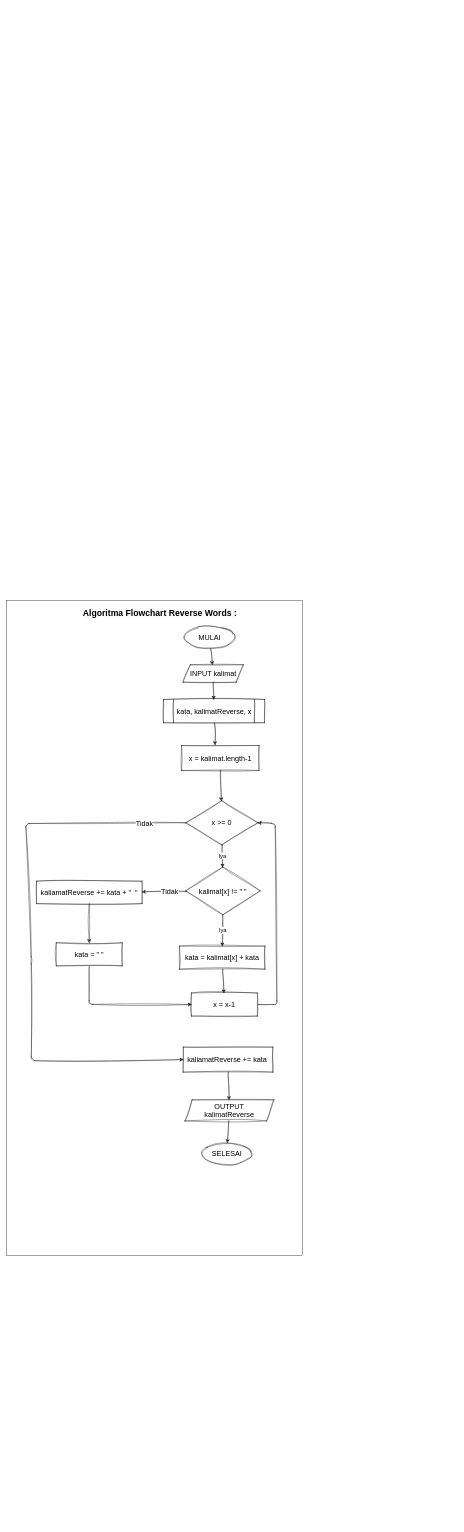
Earlier version of the draw.io diagram page "reverse words" (2 of 2) of 6-palindrom-reverse-word.drawio (xel26/fwg17-computer-science). Source tidied: cells renumbered, new cells numbered last; positions are measured from the earlier drawing's top-left corner, leaving out a move shared by most shapes. Both pictures are drawn from the tidied source at 36%, with x=0, y=0 at pixel (6, 600).
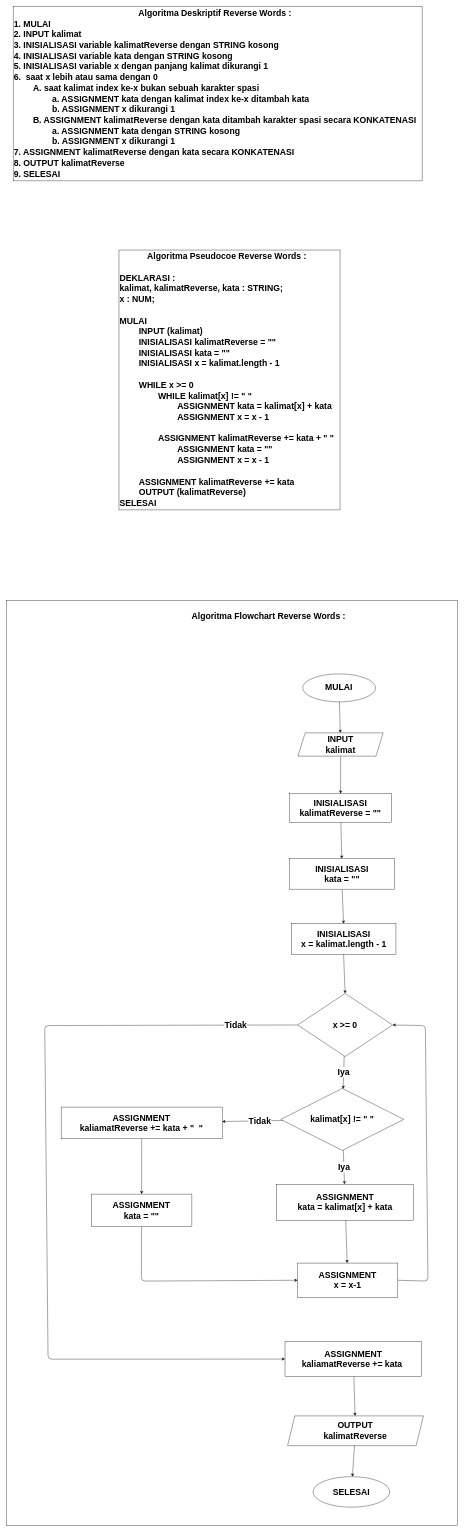
Above is the later version.

Diff of the diagram source:
```diff
@@
-    <mxCell id="2" style="group;strokeColor=default;" parent="1" vertex="1">
-      <mxGeometry width="822" height="1819" as="geometry" />
+    <mxCell id="2" style="group;strokeColor=default;fontStyle=1;fontSize=24;rounded=0;glass=0;shadow=0;strokeWidth=1;" parent="1" vertex="1">
+      <mxGeometry width="1254" height="2569" as="geometry" />
     </mxCell>
-    <mxCell id="3" value="&lt;font face=&quot;Helvetica&quot;&gt;MULAI&lt;/font&gt;" style="ellipse;whiteSpace=wrap;html=1;sketch=1;hachureGap=4;jiggle=2;curveFitting=1;fontFamily=Architects Daughter;fontSize=20;" parent="2" vertex="1">
-      <mxGeometry x="494.7" y="70.9" width="140" height="62.4" as="geometry" />
+    <mxCell id="3" value="&lt;font face=&quot;Helvetica&quot; style=&quot;font-size: 24px;&quot;&gt;MULAI&lt;/font&gt;" style="ellipse;whiteSpace=wrap;html=1;hachureGap=4;fontFamily=Architects Daughter;fontSize=24;fontStyle=1;" parent="2" vertex="1">
+      <mxGeometry x="823.3" y="203.4" width="202.4" height="77.8" as="geometry" />
     </mxCell>
-    <mxCell id="4" value="&lt;b style=&quot;border-color: var(--border-color); color: rgb(0, 0, 0); font-family: Helvetica; font-size: 24px; font-style: normal; font-variant-ligatures: normal; font-variant-caps: normal; letter-spacing: normal; orphans: 2; text-align: left; text-indent: 0px; text-transform: none; widows: 2; word-spacing: 0px; -webkit-text-stroke-width: 0px; background-color: rgb(251, 251, 251); text-decoration-thickness: initial; text-decoration-style: initial; text-decoration-color: initial;&quot;&gt;Algoritma Flowchart Reverse Words :&lt;br style=&quot;border-color: var(--border-color);&quot;&gt;&lt;/b&gt;" style="text;whiteSpace=wrap;html=1;fontSize=20;fontFamily=Architects Daughter;" parent="2" vertex="1">
-      <mxGeometry x="211" y="14" width="476.6" height="32.4" as="geometry" />
+    <mxCell id="4" value="&lt;span style=&quot;border-color: var(--border-color); color: rgb(0, 0, 0); font-family: Helvetica; font-size: 24px; font-style: normal; font-variant-ligatures: normal; font-variant-caps: normal; letter-spacing: normal; orphans: 2; text-align: left; text-indent: 0px; text-transform: none; widows: 2; word-spacing: 0px; -webkit-text-stroke-width: 0px; background-color: rgb(251, 251, 251); text-decoration-thickness: initial; text-decoration-style: initial; text-decoration-color: initial;&quot;&gt;Algoritma Flowchart Reverse Words :&lt;br style=&quot;border-color: var(--border-color); font-size: 24px;&quot;&gt;&lt;/span&gt;" style="text;whiteSpace=wrap;html=1;fontSize=24;fontFamily=Architects Daughter;fontStyle=1;" parent="2" vertex="1">
+      <mxGeometry x="512.7" y="22.2" width="510.8" height="45.7" as="geometry" />
     </mxCell>
+    <mxCell id="33" style="edgeStyle=none;hachureGap=4;html=1;fontFamily=Architects Daughter;fontSize=24;" parent="2" edge="1" source="5" target="10">
+      <mxGeometry relative="1" as="geometry" />
+    </mxCell>
-    <mxCell id="5" value="INPUT kalimat" style="shape=parallelogram;perimeter=parallelogramPerimeter;whiteSpace=wrap;html=1;fixedSize=1;sketch=1;hachureGap=4;jiggle=2;curveFitting=1;fontFamily=Helvetica;fontSize=20;" parent="2" vertex="1">
-      <mxGeometry x="491.2" y="178" width="167.5" height="48.6" as="geometry" />
+    <mxCell id="5" value="INPUT&lt;br&gt;kalimat" style="shape=parallelogram;perimeter=parallelogramPerimeter;whiteSpace=wrap;html=1;fixedSize=1;hachureGap=4;fontFamily=Helvetica;fontSize=24;fontStyle=1;" parent="2" vertex="1">
+      <mxGeometry x="810.1" y="367.2" width="236.8" height="64.7" as="geometry" />
     </mxCell>
-    <mxCell id="6" style="edgeStyle=none;sketch=1;hachureGap=4;jiggle=2;curveFitting=1;html=1;fontFamily=Helvetica;fontSize=16;" parent="2" edge="1" source="3" target="5">
+    <mxCell id="6" style="edgeStyle=none;hachureGap=4;html=1;fontFamily=Helvetica;fontSize=24;fontStyle=1;" parent="2" edge="1" source="3" target="5">
       <mxGeometry relative="1" as="geometry" />
     </mxCell>
-    <mxCell id="7" value="kata, kalimatReverse, x" style="shape=process;whiteSpace=wrap;html=1;backgroundOutline=1;sketch=1;hachureGap=4;jiggle=2;curveFitting=1;fontFamily=Helvetica;fontSize=20;" parent="2" vertex="1">
-      <mxGeometry x="436.6" y="274.4" width="280.5" height="64.7" as="geometry" />
-    </mxCell>
-    <mxCell id="8" style="edgeStyle=none;sketch=1;hachureGap=4;jiggle=2;curveFitting=1;html=1;fontFamily=Helvetica;fontSize=16;" parent="2" edge="1" source="5" target="7">
-      <mxGeometry relative="1" as="geometry" />
-    </mxCell>
-    <mxCell id="9" style="edgeStyle=none;sketch=1;hachureGap=4;jiggle=2;curveFitting=1;html=1;fontFamily=Helvetica;fontSize=16;entryX=0.433;entryY=-0.023;entryDx=0;entryDy=0;entryPerimeter=0;" parent="2" edge="1" source="7" target="10">
-      <mxGeometry relative="1" as="geometry" />
-    </mxCell>
+    <mxCell id="34" style="edgeStyle=none;hachureGap=4;html=1;fontFamily=Architects Daughter;fontSize=24;" parent="2" edge="1" source="10" target="36">
+      <mxGeometry relative="1" as="geometry" />
+    </mxCell>
-    <mxCell id="10" value="x = kalimat.length-1" style="rounded=0;whiteSpace=wrap;html=1;sketch=1;hachureGap=4;jiggle=2;curveFitting=1;fontFamily=Helvetica;fontSize=20;" parent="2" vertex="1">
-      <mxGeometry x="486.7" y="402.3" width="215.4" height="69.4" as="geometry" />
+    <mxCell id="10" value="INISIALISASI&lt;br&gt;kalimatReverse = &quot;&quot;" style="rounded=0;whiteSpace=wrap;html=1;hachureGap=4;fontFamily=Helvetica;fontSize=24;fontStyle=1;" parent="2" vertex="1">
+      <mxGeometry x="787.4" y="535.9" width="282.3" height="80.6" as="geometry" />
     </mxCell>
-    <mxCell id="11" value="x &amp;gt;= 0" style="rhombus;whiteSpace=wrap;html=1;sketch=1;hachureGap=4;jiggle=2;curveFitting=1;fontFamily=Helvetica;fontSize=20;" parent="2" vertex="1">
-      <mxGeometry x="498.3" y="555.7" width="200.8" height="122.6" as="geometry" />
+    <mxCell id="11" value="x &amp;gt;= 0" style="rhombus;whiteSpace=wrap;html=1;hachureGap=4;fontFamily=Helvetica;fontSize=24;fontStyle=1;" parent="2" vertex="1">
+      <mxGeometry x="809.2" y="1091.1" width="263.9" height="175.1" as="geometry" />
     </mxCell>
-    <mxCell id="12" style="edgeStyle=none;sketch=1;hachureGap=4;jiggle=2;curveFitting=1;html=1;fontFamily=Helvetica;fontSize=16;" parent="2" edge="1" source="10" target="11">
-      <mxGeometry relative="1" as="geometry" />
-    </mxCell>
-    <mxCell id="13" value="kata = kalimat[x] + kata" style="rounded=0;whiteSpace=wrap;html=1;sketch=1;hachureGap=4;jiggle=2;curveFitting=1;fontFamily=Helvetica;fontSize=20;" parent="2" vertex="1">
-      <mxGeometry x="481" y="959.6" width="237.4" height="64" as="geometry" />
+    <mxCell id="13" value="ASSIGNMENT&lt;br&gt;kata = kalimat[x] + kata" style="rounded=0;whiteSpace=wrap;html=1;hachureGap=4;fontFamily=Helvetica;fontSize=24;fontStyle=1;" parent="2" vertex="1">
+      <mxGeometry x="751.4" y="1620.9" width="379.5" height="100.6" as="geometry" />
     </mxCell>
-    <mxCell id="14" value="Iya" style="edgeStyle=none;sketch=1;hachureGap=4;jiggle=2;curveFitting=1;html=1;fontFamily=Helvetica;fontSize=16;" parent="2" edge="1" source="15" target="13">
+    <mxCell id="14" value="Iya" style="edgeStyle=none;hachureGap=4;html=1;fontFamily=Helvetica;fontSize=24;fontStyle=1;" parent="2" edge="1" source="15" target="13">
       <mxGeometry relative="1" as="geometry" />
     </mxCell>
-    <mxCell id="15" value="kalimat[x] != &quot; &quot;" style="rhombus;whiteSpace=wrap;html=1;sketch=1;hachureGap=4;jiggle=2;curveFitting=1;fontFamily=Helvetica;fontSize=20;" parent="2" vertex="1">
-      <mxGeometry x="498.3" y="739.9" width="206.9" height="132.6" as="geometry" />
+    <mxCell id="15" value="kalimat[x] != &quot; &quot;" style="rhombus;whiteSpace=wrap;html=1;hachureGap=4;fontFamily=Helvetica;fontSize=24;fontStyle=1;" parent="2" vertex="1">
+      <mxGeometry x="762.3" y="1354.8" width="341.9" height="172.4" as="geometry" />
     </mxCell>
-    <mxCell id="16" value="Iya" style="edgeStyle=none;sketch=1;hachureGap=4;jiggle=2;curveFitting=1;html=1;fontFamily=Helvetica;fontSize=16;" parent="2" edge="1" source="11" target="15">
+    <mxCell id="16" value="Iya" style="edgeStyle=none;hachureGap=4;html=1;fontFamily=Helvetica;fontSize=24;fontStyle=1;" parent="2" edge="1" source="11" target="15">
       <mxGeometry relative="1" as="geometry" />
     </mxCell>
-    <mxCell id="17" style="edgeStyle=none;sketch=1;hachureGap=4;jiggle=2;curveFitting=1;html=1;entryX=1;entryY=0.5;entryDx=0;entryDy=0;fontFamily=Helvetica;fontSize=16;exitX=1;exitY=0.5;exitDx=0;exitDy=0;" parent="2" edge="1" source="18" target="11">
+    <mxCell id="17" style="edgeStyle=none;hachureGap=4;html=1;entryX=1;entryY=0.5;entryDx=0;entryDy=0;fontFamily=Helvetica;fontSize=24;exitX=1;exitY=0.5;exitDx=0;exitDy=0;fontStyle=1;" parent="2" edge="1" source="18" target="11">
       <mxGeometry relative="1" as="geometry">
         <Array as="points">
-          <mxPoint x="751.8" y="1121.5" />
-          <mxPoint x="747" y="618.9" />
+          <mxPoint x="1171.3" y="1890.1" />
+          <mxPoint x="1164" y="1180.3" />
         </Array>
       </mxGeometry>
     </mxCell>
-    <mxCell id="18" value="x = x-1" style="rounded=0;whiteSpace=wrap;html=1;sketch=1;hachureGap=4;jiggle=2;curveFitting=1;fontFamily=Helvetica;fontSize=20;" parent="2" vertex="1">
-      <mxGeometry x="514.4" y="1089.9" width="183.1" height="64" as="geometry" />
+    <mxCell id="18" value="ASSIGNMENT&lt;br&gt;x = x-1" style="rounded=0;whiteSpace=wrap;html=1;hachureGap=4;fontFamily=Helvetica;fontSize=24;fontStyle=1;" parent="2" vertex="1">
+      <mxGeometry x="809.2" y="1840" width="278.4" height="95.6" as="geometry" />
     </mxCell>
-    <mxCell id="19" style="edgeStyle=none;sketch=1;hachureGap=4;jiggle=2;curveFitting=1;html=1;fontFamily=Helvetica;fontSize=16;" parent="2" edge="1" source="13" target="18">
+    <mxCell id="19" style="edgeStyle=none;hachureGap=4;html=1;fontFamily=Helvetica;fontSize=24;fontStyle=1;" parent="2" edge="1" source="13" target="18">
       <mxGeometry relative="1" as="geometry" />
     </mxCell>
-    <mxCell id="20" value="kaliamatReverse += kata + &quot;&amp;nbsp; &quot;" style="rounded=0;whiteSpace=wrap;html=1;sketch=1;hachureGap=4;jiggle=2;curveFitting=1;fontFamily=Helvetica;fontSize=20;" parent="2" vertex="1">
-      <mxGeometry x="83.8" y="779.2" width="293.3" height="62.4" as="geometry" />
+    <mxCell id="20" value="ASSIGNMENT&lt;br&gt;kaliamatReverse += kata + &quot;&amp;nbsp; &quot;" style="rounded=0;whiteSpace=wrap;html=1;hachureGap=4;fontFamily=Helvetica;fontSize=24;fontStyle=1;" parent="2" vertex="1">
+      <mxGeometry x="152.3" y="1406.7" width="447.4" height="88.2" as="geometry" />
     </mxCell>
-    <mxCell id="21" style="edgeStyle=none;sketch=1;hachureGap=4;jiggle=2;curveFitting=1;html=1;fontFamily=Helvetica;fontSize=16;" parent="2" edge="1" source="15" target="20">
+    <mxCell id="21" style="edgeStyle=none;hachureGap=4;html=1;fontFamily=Helvetica;fontSize=24;fontStyle=1;" parent="2" edge="1" source="15" target="20">
       <mxGeometry relative="1" as="geometry" />
     </mxCell>
-    <mxCell id="22" value="Tidak" style="edgeLabel;html=1;align=center;verticalAlign=middle;fontSize=20;fontFamily=Helvetica;" parent="21" vertex="1">
+    <mxCell id="22" value="Tidak" style="edgeLabel;html=1;align=center;verticalAlign=middle;fontSize=24;fontFamily=Helvetica;fontStyle=1;" parent="21" vertex="1">
       <mxGeometry x="-0.23" y="-1" relative="1" as="geometry" />
     </mxCell>
-    <mxCell id="23" style="edgeStyle=none;sketch=1;hachureGap=4;jiggle=2;curveFitting=1;html=1;entryX=0;entryY=0.5;entryDx=0;entryDy=0;fontFamily=Helvetica;fontSize=16;" parent="2" edge="1" source="24" target="18">
+    <mxCell id="23" style="edgeStyle=none;hachureGap=4;html=1;entryX=0;entryY=0.5;entryDx=0;entryDy=0;fontFamily=Helvetica;fontSize=24;fontStyle=1;" parent="2" edge="1" source="24" target="18">
       <mxGeometry relative="1" as="geometry">
         <Array as="points">
-          <mxPoint x="230" y="1121.5" />
+          <mxPoint x="375.3" y="1890.1" />
         </Array>
       </mxGeometry>
     </mxCell>
-    <mxCell id="24" value="kata = &quot; &quot;" style="rounded=0;whiteSpace=wrap;html=1;sketch=1;hachureGap=4;jiggle=2;curveFitting=1;fontFamily=Helvetica;fontSize=20;" parent="2" vertex="1">
-      <mxGeometry x="138.9" y="950.4" width="183.1" height="64" as="geometry" />
+    <mxCell id="24" value="ASSIGNMENT&lt;br&gt;kata = &quot;&quot;" style="rounded=0;whiteSpace=wrap;html=1;hachureGap=4;fontFamily=Helvetica;fontSize=24;fontStyle=1;" parent="2" vertex="1">
+      <mxGeometry x="236.3" y="1648.4" width="279.3" height="90.4" as="geometry" />
     </mxCell>
-    <mxCell id="25" style="edgeStyle=none;sketch=1;hachureGap=4;jiggle=2;curveFitting=1;html=1;exitX=0.5;exitY=1;exitDx=0;exitDy=0;entryX=0.5;entryY=0;entryDx=0;entryDy=0;fontFamily=Helvetica;fontSize=16;" parent="2" edge="1" source="20" target="24">
+    <mxCell id="25" style="edgeStyle=none;hachureGap=4;html=1;exitX=0.5;exitY=1;exitDx=0;exitDy=0;entryX=0.5;entryY=0;entryDx=0;entryDy=0;fontFamily=Helvetica;fontSize=24;fontStyle=1;" parent="2" edge="1" source="20" target="24">
       <mxGeometry relative="1" as="geometry" />
     </mxCell>
-    <mxCell id="26" value="kaliamatReverse += kata&amp;nbsp;" style="rounded=0;whiteSpace=wrap;html=1;sketch=1;hachureGap=4;jiggle=2;curveFitting=1;fontFamily=Helvetica;fontSize=20;" parent="2" vertex="1">
-      <mxGeometry x="491.5" y="1240.2" width="249" height="69.4" as="geometry" />
+    <mxCell id="26" value="ASSIGNMENT&lt;br&gt;kaliamatReverse += kata&amp;nbsp;" style="rounded=0;whiteSpace=wrap;html=1;hachureGap=4;fontFamily=Helvetica;fontSize=24;fontStyle=1;" parent="2" vertex="1">
+      <mxGeometry x="774.2" y="2057.7" width="379.9" height="98" as="geometry" />
     </mxCell>
-    <mxCell id="27" value="OUTPUT&lt;br&gt;kalimatReverse" style="shape=parallelogram;perimeter=parallelogramPerimeter;whiteSpace=wrap;html=1;fixedSize=1;sketch=1;hachureGap=4;jiggle=2;curveFitting=1;fontFamily=Helvetica;fontSize=20;" parent="2" vertex="1">
-      <mxGeometry x="496.1" y="1386.6" width="247.3" height="58.6" as="geometry" />
+    <mxCell id="27" value="OUTPUT&lt;br style=&quot;font-size: 24px;&quot;&gt;kalimatReverse" style="shape=parallelogram;perimeter=parallelogramPerimeter;whiteSpace=wrap;html=1;fixedSize=1;hachureGap=4;fontFamily=Helvetica;fontSize=24;fontStyle=1;strokeWidth=1;" parent="2" vertex="1">
+      <mxGeometry x="781.3" y="2264.5" width="377.3" height="82.7" as="geometry" />
     </mxCell>
-    <mxCell id="28" style="edgeStyle=none;sketch=1;hachureGap=4;jiggle=2;curveFitting=1;html=1;exitX=0;exitY=0.5;exitDx=0;exitDy=0;entryX=0;entryY=0.5;entryDx=0;entryDy=0;fontFamily=Helvetica;fontSize=16;" parent="2" edge="1" source="11" target="26">
+    <mxCell id="28" style="edgeStyle=none;hachureGap=4;html=1;exitX=0;exitY=0.5;exitDx=0;exitDy=0;entryX=0;entryY=0.5;entryDx=0;entryDy=0;fontFamily=Helvetica;fontSize=24;fontStyle=1;" parent="2" edge="1" source="11" target="26">
       <mxGeometry relative="1" as="geometry">
         <Array as="points">
-          <mxPoint x="54" y="618.9" />
-          <mxPoint x="69.4" y="998.9" />
-          <mxPoint x="69.4" y="1277.9" />
+          <mxPoint x="106.8" y="1180.3" />
+          <mxPoint x="116" y="2107" />
         </Array>
       </mxGeometry>
     </mxCell>
-    <mxCell id="29" value="Tidak" style="edgeLabel;html=1;align=center;verticalAlign=middle;fontSize=20;fontFamily=Helvetica;" parent="28" vertex="1">
+    <mxCell id="29" value="Tidak" style="edgeLabel;html=1;align=center;verticalAlign=middle;fontSize=24;fontFamily=Helvetica;fontStyle=1;" parent="28" vertex="1">
       <mxGeometry x="-0.85" relative="1" as="geometry">
         <mxPoint x="-1" as="offset" />
       </mxGeometry>
     </mxCell>
-    <mxCell id="30" style="edgeStyle=none;sketch=1;hachureGap=4;jiggle=2;curveFitting=1;html=1;fontFamily=Helvetica;fontSize=16;" parent="2" edge="1" source="26" target="27">
+    <mxCell id="30" style="edgeStyle=none;hachureGap=4;html=1;fontFamily=Helvetica;fontSize=24;fontStyle=1;" parent="2" edge="1" source="26" target="27">
       <mxGeometry relative="1" as="geometry" />
     </mxCell>
-    <mxCell id="31" value="SELESAI" style="ellipse;whiteSpace=wrap;html=1;sketch=1;hachureGap=4;jiggle=2;curveFitting=1;fontFamily=Helvetica;fontSize=20;" parent="2" vertex="1">
-      <mxGeometry x="542.5" y="1506.1" width="139.8" height="60.1" as="geometry" />
+    <mxCell id="31" value="SELESAI" style="ellipse;whiteSpace=wrap;html=1;hachureGap=4;fontFamily=Helvetica;fontSize=24;fontStyle=1;" parent="2" vertex="1">
+      <mxGeometry x="852" y="2433.3" width="213.3" height="84.9" as="geometry" />
     </mxCell>
-    <mxCell id="32" style="edgeStyle=none;sketch=1;hachureGap=4;jiggle=2;curveFitting=1;html=1;fontFamily=Helvetica;fontSize=16;" parent="2" edge="1" source="27" target="31">
+    <mxCell id="32" style="edgeStyle=none;hachureGap=4;html=1;fontFamily=Helvetica;fontSize=24;fontStyle=1;" parent="2" edge="1" source="27" target="31">
       <mxGeometry relative="1" as="geometry" />
     </mxCell>
+    <mxCell id="35" style="edgeStyle=none;hachureGap=4;html=1;exitX=0.5;exitY=1;exitDx=0;exitDy=0;entryX=0.5;entryY=0;entryDx=0;entryDy=0;fontFamily=Architects Daughter;fontSize=24;" parent="2" edge="1" source="36" target="38">
+      <mxGeometry relative="1" as="geometry" />
+    </mxCell>
+    <mxCell id="36" value="INISIALISASI&lt;br&gt;kata = &quot;&quot;" style="rounded=0;whiteSpace=wrap;html=1;hachureGap=4;fontFamily=Helvetica;fontSize=24;fontStyle=1;" parent="2" vertex="1">
+      <mxGeometry x="787.4" y="716.6" width="290.9" height="84.7" as="geometry" />
+    </mxCell>
+    <mxCell id="37" style="edgeStyle=none;hachureGap=4;html=1;exitX=0.5;exitY=1;exitDx=0;exitDy=0;entryX=0.5;entryY=0;entryDx=0;entryDy=0;fontFamily=Architects Daughter;fontSize=24;" parent="2" edge="1" source="38" target="11">
+      <mxGeometry relative="1" as="geometry" />
+    </mxCell>
+    <mxCell id="38" value="INISIALISASI&lt;br&gt;x = kalimat.length - 1" style="rounded=0;whiteSpace=wrap;html=1;hachureGap=4;fontFamily=Helvetica;fontSize=24;fontStyle=1;" parent="2" vertex="1">
+      <mxGeometry x="791.5" y="897.3" width="290.9" height="84.7" as="geometry" />
+    </mxCell>
+    <mxCell id="39" value="&lt;div style=&quot;text-align: center;&quot;&gt;&lt;b style=&quot;font-family: Helvetica; background-color: initial;&quot;&gt;Algoritma Deskriptif Reverse Words :&lt;/b&gt;&lt;/div&gt;&lt;font face=&quot;Helvetica&quot;&gt;&lt;div style=&quot;&quot;&gt;&lt;b style=&quot;background-color: initial;&quot;&gt;1. MULAI&lt;/b&gt;&lt;/div&gt;&lt;b&gt;2. INPUT kalimat&lt;br&gt;3. INISIALISASI variable kalimatReverse dengan STRING kosong&lt;br&gt;4. INISIALISASI variable kata dengan STRING kosong&lt;br&gt;5. INISIALISASI variable x dengan panjang kalimat dikurangi 1&lt;br&gt;6.&amp;nbsp; saat x lebih atau sama dengan 0&lt;br&gt;&lt;span style=&quot;white-space: pre;&quot;&gt;&#9;&lt;/span&gt;A. saat kalimat index ke-x bukan sebuah karakter spasi&lt;br&gt;&lt;span style=&quot;white-space: pre;&quot;&gt;&#9;&lt;/span&gt;&lt;span style=&quot;white-space: pre;&quot;&gt;&#9;&lt;/span&gt;a. ASSIGNMENT kata dengan kalimat index ke-x ditambah kata&lt;br&gt;&lt;span style=&quot;white-space: pre;&quot;&gt;&#9;&lt;/span&gt;&lt;span style=&quot;white-space: pre;&quot;&gt;&#9;&lt;/span&gt;b. ASSIGNMENT x dikurangi 1&lt;br&gt;&lt;span style=&quot;white-space: pre;&quot;&gt;&#9;&lt;/span&gt;B. ASSIGNMENT kalimatReverse dengan kata ditambah karakter spasi secara KONKATENASI&lt;br&gt;&amp;nbsp;&amp;nbsp;&lt;span style=&quot;white-space: pre;&quot;&gt;&#9;&lt;/span&gt;&lt;span style=&quot;white-space: pre;&quot;&gt;&#9;&lt;/span&gt;a. ASSIGNMENT kata dengan STRING kosong&lt;br&gt;&lt;span style=&quot;white-space: pre;&quot;&gt;&#9;&lt;/span&gt;&lt;span style=&quot;white-space: pre;&quot;&gt;&#9;&lt;/span&gt;b. ASSIGNMENT x dikurangi 1&lt;br&gt;7. ASSIGNMENT kalimatReverse dengan kata secara KONKATENASI&lt;br&gt;8. OUTPUT kalimatReverse&lt;br&gt;9. SELESAI&lt;br&gt;&lt;/b&gt;&lt;/font&gt;" style="text;html=1;align=left;verticalAlign=middle;strokeColor=default;fillColor=none;fontSize=24;fontFamily=Architects Daughter;hachureGap=4;strokeWidth=1;rounded=0;" parent="1" vertex="1">
+      <mxGeometry x="19" y="-1651" width="1136" height="485" as="geometry" />
+    </mxCell>
+    <mxCell id="40" value="&lt;div style=&quot;text-align: center;&quot;&gt;&lt;b style=&quot;font-family: Helvetica; background-color: initial;&quot;&gt;Algoritma Pseudocoe Reverse Words :&lt;/b&gt;&lt;/div&gt;&lt;font face=&quot;Helvetica&quot;&gt;&lt;div style=&quot;&quot;&gt;&lt;/div&gt;&lt;b&gt;&lt;br&gt;DEKLARASI :&lt;br&gt;kalimat, kalimatReverse, kata : STRING;&lt;br&gt;x : NUM;&lt;br&gt;&lt;br&gt;MULAI&lt;br&gt;&lt;span style=&quot;white-space: pre;&quot;&gt;&#9;&lt;/span&gt;INPUT (kalimat)&lt;br&gt;&lt;span style=&quot;white-space: pre;&quot;&gt;&#9;&lt;/span&gt;INISIALISASI kalimatReverse = &quot;&quot;&lt;br&gt;&lt;span style=&quot;white-space: pre;&quot;&gt;&#9;&lt;/span&gt;INISIALISASI kata = &quot;&quot;&lt;br&gt;&lt;span style=&quot;white-space: pre;&quot;&gt;&#9;&lt;/span&gt;INISIALISASI x = kalimat.length - 1&lt;br&gt;&lt;span style=&quot;white-space: pre;&quot;&gt;&#9;&lt;/span&gt;&lt;br&gt;&lt;span style=&quot;white-space: pre;&quot;&gt;&#9;&lt;/span&gt;WHILE x &amp;gt;= 0&lt;br&gt;&lt;span style=&quot;white-space: pre;&quot;&gt;&#9;&lt;/span&gt;&lt;span style=&quot;white-space: pre;&quot;&gt;&#9;&lt;/span&gt;WHILE kalimat[x] != &quot; &quot;&lt;br&gt;&lt;span style=&quot;white-space: pre;&quot;&gt;&#9;&lt;/span&gt;&lt;span style=&quot;white-space: pre;&quot;&gt;&#9;&lt;/span&gt;&lt;span style=&quot;white-space: pre;&quot;&gt;&#9;&lt;/span&gt;ASSIGNMENT kata = kalimat[x] + kata&lt;br&gt;&lt;span style=&quot;white-space: pre;&quot;&gt;&#9;&lt;/span&gt;&lt;span style=&quot;white-space: pre;&quot;&gt;&#9;&lt;/span&gt;&lt;span style=&quot;white-space: pre;&quot;&gt;&#9;&lt;/span&gt;ASSIGNMENT x = x - 1&lt;br&gt;&lt;span style=&quot;white-space: pre;&quot;&gt;&#9;&lt;/span&gt;&lt;span style=&quot;white-space: pre;&quot;&gt;&#9;&lt;/span&gt;&lt;br&gt;&lt;span style=&quot;white-space: pre;&quot;&gt;&#9;&lt;/span&gt;&lt;span style=&quot;white-space: pre;&quot;&gt;&#9;&lt;/span&gt;ASSIGNMENT kalimatReverse += kata + &quot; &quot;&lt;br&gt;&lt;span style=&quot;white-space: pre;&quot;&gt;&#9;&lt;/span&gt;&lt;span style=&quot;white-space: pre;&quot;&gt;&#9;&lt;/span&gt;&lt;span style=&quot;white-space: pre;&quot;&gt;&#9;&lt;/span&gt;ASSIGNMENT kata = &quot;&quot;&lt;br&gt;&lt;span style=&quot;white-space: pre;&quot;&gt;&#9;&lt;/span&gt;&lt;span style=&quot;white-space: pre;&quot;&gt;&#9;&lt;/span&gt;&lt;span style=&quot;white-space: pre;&quot;&gt;&#9;&lt;/span&gt;ASSIGNMENT x = x - 1&lt;br&gt;&lt;span style=&quot;white-space: pre;&quot;&gt;&#9;&lt;/span&gt;&lt;br&gt;&lt;span style=&quot;white-space: pre;&quot;&gt;&#9;&lt;/span&gt;ASSIGNMENT kalimatReverse += kata&lt;br&gt;&lt;span style=&quot;white-space: pre;&quot;&gt;&#9;&lt;/span&gt;OUTPUT (kalimatReverse)&lt;br&gt;SELESAI&lt;br&gt;&lt;/b&gt;&lt;/font&gt;" style="text;html=1;align=left;verticalAlign=middle;strokeColor=default;fillColor=none;fontSize=24;fontFamily=Architects Daughter;hachureGap=4;strokeWidth=1;rounded=0;" parent="1" vertex="1">
+      <mxGeometry x="313" y="-974" width="614" height="722" as="geometry" />
+    </mxCell>
```
